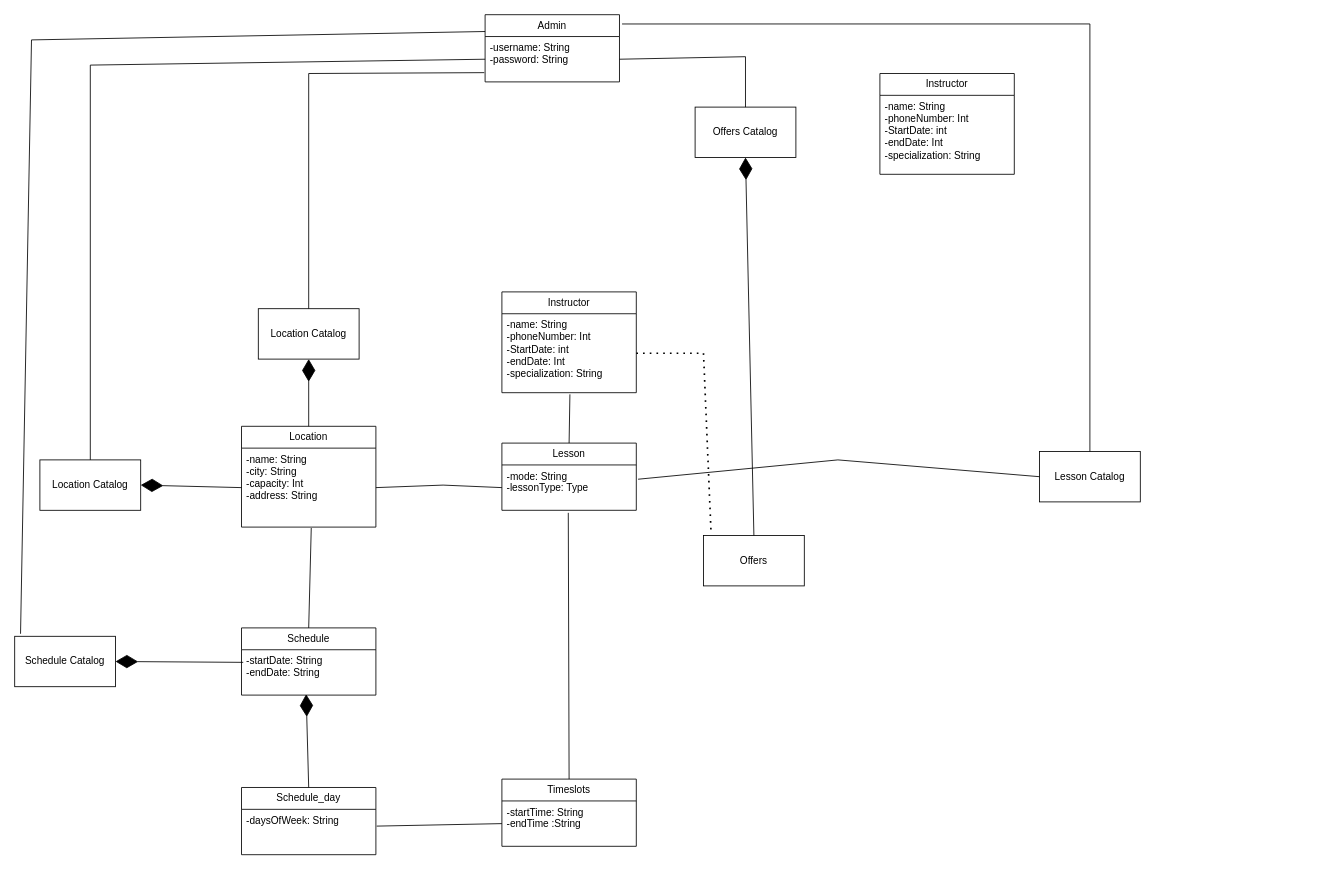
Earlier version of the draw.io diagram Diagrams/DomainModel.drawio (JeremyCrete/Soen342-JeremyCrete-DominicEmond). Source tidied: cells renumbered, new cells numbered last; positions are measured from the earlier drawing's top-left corner, leaving out a move shared by most shapes. Both pictures are drawn from the tidied source at 84%, with x=0, y=0 at pixel (14, 14).
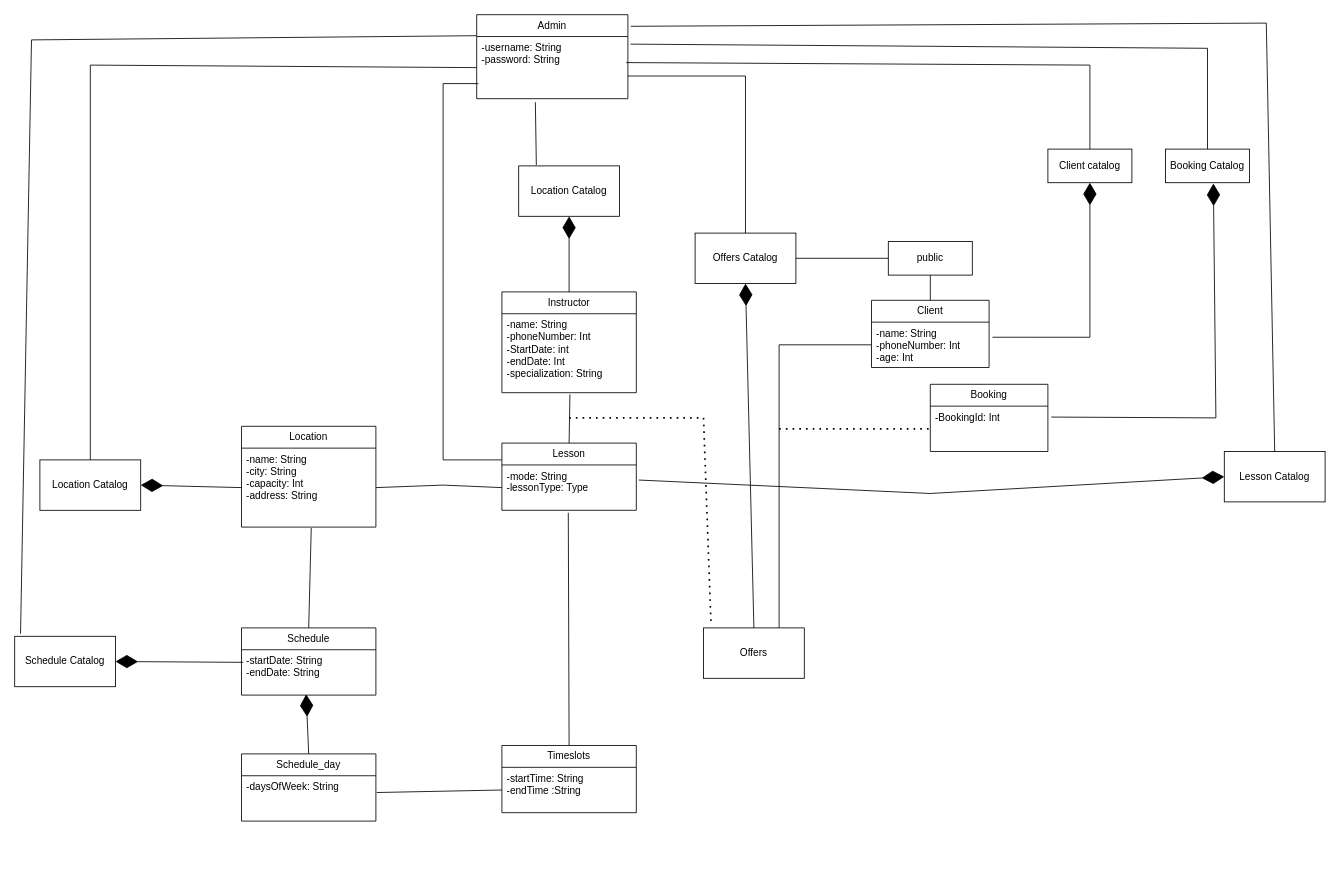
Above is the later version.

The change refers to these unchanged cells:
```xml
<mxCell id="4" value="Instructor" style="swimlane;fontStyle=0;horizontal=1;startSize=26;fillColor=none;whiteSpace=wrap;html=1;" parent="1" vertex="1">
  <mxGeometry x="580" y="330" width="160" height="120" as="geometry" />
</mxCell>
<mxCell id="5" value="-name: String&lt;div&gt;-phoneNumber: Int&lt;/div&gt;&lt;div&gt;-StartDate: int&lt;/div&gt;&lt;div&gt;-endDate: Int&lt;/div&gt;&lt;div&gt;-specialization: String&lt;/div&gt;" style="text;strokeColor=none;fillColor=none;align=left;verticalAlign=top;spacingLeft=4;spacingRight=4;overflow=hidden;points=[[0,0.5],[1,0.5]];portConstraint=eastwest;whiteSpace=wrap;html=1;" parent="4" vertex="1">
  <mxGeometry y="26" width="160" height="94" as="geometry" />
</mxCell>
<mxCell id="6" value="Lesson" style="swimlane;fontStyle=0;horizontal=1;startSize=26;fillColor=none;whiteSpace=wrap;html=1;" parent="1" vertex="1">
  <mxGeometry x="580" y="510" width="160" height="80" as="geometry" />
</mxCell>
<mxCell id="7" value="-mode: String&lt;div&gt;-lessonType: Type&lt;/div&gt;" style="text;strokeColor=none;fillColor=none;align=left;verticalAlign=top;spacingLeft=4;spacingRight=4;overflow=hidden;points=[[0,0.5],[1,0.5]];portConstraint=eastwest;whiteSpace=wrap;html=1;" parent="6" vertex="1">
  <mxGeometry y="26" width="160" height="54" as="geometry" />
</mxCell>
<mxCell id="8" value="Location" style="swimlane;fontStyle=0;horizontal=1;startSize=26;fillColor=none;whiteSpace=wrap;html=1;" parent="1" vertex="1">
  <mxGeometry x="270" y="490" width="160" height="120" as="geometry" />
</mxCell>
```

Change to the diagram source:
```diff
@@
     <mxCell id="2" value="Admin" style="swimlane;fontStyle=0;horizontal=1;startSize=26;fillColor=none;whiteSpace=wrap;html=1;" parent="1" vertex="1">
-      <mxGeometry x="560" width="160" height="80" as="geometry" />
+      <mxGeometry x="550" width="180" height="100" as="geometry" />
     </mxCell>
     <mxCell id="3" value="-username: String&lt;div&gt;-password: String&lt;/div&gt;" style="text;strokeColor=none;fillColor=none;align=left;verticalAlign=top;spacingLeft=4;spacingRight=4;overflow=hidden;points=[[0,0.5],[1,0.5]];portConstraint=eastwest;whiteSpace=wrap;html=1;" parent="2" vertex="1">
-      <mxGeometry y="26" width="160" height="54" as="geometry" />
+      <mxGeometry y="26" width="180" height="74" as="geometry" />
     </mxCell>
@@
     <mxCell id="13" value="Schedule_day" style="swimlane;fontStyle=0;horizontal=1;startSize=26;fillColor=none;whiteSpace=wrap;html=1;" parent="1" vertex="1">
-      <mxGeometry x="270" y="920" width="160" height="80" as="geometry" />
+      <mxGeometry x="270" y="880" width="160" height="80" as="geometry" />
     </mxCell>
@@
     <mxCell id="15" value="Timeslots" style="swimlane;fontStyle=0;horizontal=1;startSize=26;fillColor=none;whiteSpace=wrap;html=1;" parent="1" vertex="1">
-      <mxGeometry x="580" y="910" width="160" height="80" as="geometry" />
+      <mxGeometry x="580" y="870" width="160" height="80" as="geometry" />
     </mxCell>
@@
-    <mxCell id="23" value="Location Catalog" style="rounded=0;whiteSpace=wrap;html=1;" parent="1" vertex="1">
-      <mxGeometry x="290" y="350" width="120" height="60" as="geometry" />
-    </mxCell>
     <mxCell id="24" value="Lesson Catalog" style="rounded=0;whiteSpace=wrap;html=1;" parent="1" vertex="1">
-      <mxGeometry x="1220" y="520" width="120" height="60" as="geometry" />
+      <mxGeometry x="1440" y="520" width="120" height="60" as="geometry" />
     </mxCell>
@@
     <mxCell id="26" value="Offers" style="rounded=0;whiteSpace=wrap;html=1;" parent="1" vertex="1">
-      <mxGeometry x="820" y="620" width="120" height="60" as="geometry" />
+      <mxGeometry x="820" y="730" width="120" height="60" as="geometry" />
     </mxCell>
     <mxCell id="27" value="Offers Catalog" style="rounded=0;whiteSpace=wrap;html=1;" parent="1" vertex="1">
-      <mxGeometry x="810" y="110" width="120" height="60" as="geometry" />
+      <mxGeometry x="810" y="260" width="120" height="60" as="geometry" />
     </mxCell>
-    <mxCell id="28" style="endArrow=diamondThin;endFill=1;endSize=24;html=1;rounded=0;entryX=0.5;entryY=1;entryDx=0;entryDy=0;exitX=0.5;exitY=0;exitDx=0;exitDy=0;" parent="1" edge="1" source="8" target="23">
-      <mxGeometry relative="1" as="geometry" />
-    </mxCell>
-    <mxCell id="29" style="endArrow=none;html=1;rounded=0;exitX=0.5;exitY=0;exitDx=0;exitDy=0;entryX=-0.006;entryY=0.796;entryDx=0;entryDy=0;entryPerimeter=0;" parent="1" edge="1" source="23" target="3">
-      <mxGeometry relative="1" as="geometry">
-        <Array as="points">
-          <mxPoint x="350" y="70" />
-        </Array>
-      </mxGeometry>
-    </mxCell>
-    <mxCell id="30" style="endArrow=none;dashed=1;html=1;dashPattern=1 3;strokeWidth=2;rounded=0;entryX=0.075;entryY=-0.05;entryDx=0;entryDy=0;exitX=1;exitY=0.5;exitDx=0;exitDy=0;entryPerimeter=0;" parent="1" edge="1" source="5" target="26">
+    <mxCell id="30" style="endArrow=none;dashed=1;html=1;dashPattern=1 3;strokeWidth=2;rounded=0;entryX=0.075;entryY=-0.05;entryDx=0;entryDy=0;entryPerimeter=0;" parent="1" edge="1" target="26">
       <mxGeometry relative="1" as="geometry">
+        <mxPoint x="660" y="480" as="sourcePoint" />
         <Array as="points">
-          <mxPoint x="820" y="403" />
+          <mxPoint x="820" y="480" />
         </Array>
       </mxGeometry>
     </mxCell>
@@
-    <mxCell id="32" style="endArrow=none;html=1;rounded=0;exitX=0.5;exitY=0;exitDx=0;exitDy=0;entryX=1;entryY=0.5;entryDx=0;entryDy=0;" parent="1" edge="1" source="27" target="3">
+    <mxCell id="32" style="endArrow=none;html=1;rounded=0;" parent="1" edge="1">
       <mxGeometry relative="1" as="geometry">
+        <mxPoint x="870" y="260" as="sourcePoint" />
+        <mxPoint x="730" y="73" as="targetPoint" />
         <Array as="points">
-          <mxPoint x="870" y="50" />
+          <mxPoint x="870" y="73" />
         </Array>
       </mxGeometry>
     </mxCell>
-    <mxCell id="33" style="endArrow=none;html=1;rounded=0;exitX=1.013;exitY=0.315;exitDx=0;exitDy=0;exitPerimeter=0;entryX=0;entryY=0.5;entryDx=0;entryDy=0;" parent="1" edge="1" source="7" target="24">
-      <mxGeometry relative="1" as="geometry">
-        <Array as="points">
-          <mxPoint x="980" y="530" />
-        </Array>
-      </mxGeometry>
-    </mxCell>
     <mxCell id="34" style="endArrow=none;html=1;rounded=0;exitX=0.5;exitY=0;exitDx=0;exitDy=0;entryX=1.019;entryY=0.138;entryDx=0;entryDy=0;entryPerimeter=0;" parent="1" edge="1" source="24" target="2">
       <mxGeometry relative="1" as="geometry">
         <Array as="points">
-          <mxPoint x="1280" y="11" />
+          <mxPoint x="1490" y="10" />
         </Array>
       </mxGeometry>
     </mxCell>
@@
-    <mxCell id="36" value="Instructor" style="swimlane;fontStyle=0;horizontal=1;startSize=26;fillColor=none;whiteSpace=wrap;html=1;" parent="1" vertex="1">
-      <mxGeometry x="1030" y="70" width="160" height="120" as="geometry" />
+    <mxCell id="36" value="Client" style="swimlane;fontStyle=0;horizontal=1;startSize=26;fillColor=none;whiteSpace=wrap;html=1;" parent="1" vertex="1">
+      <mxGeometry x="1020" y="340" width="140" height="80" as="geometry" />
     </mxCell>
-    <mxCell id="37" value="-name: String&lt;div&gt;-phoneNumber: Int&lt;/div&gt;&lt;div&gt;-StartDate: int&lt;/div&gt;&lt;div&gt;-endDate: Int&lt;/div&gt;&lt;div&gt;-specialization: String&lt;/div&gt;" style="text;strokeColor=none;fillColor=none;align=left;verticalAlign=top;spacingLeft=4;spacingRight=4;overflow=hidden;points=[[0,0.5],[1,0.5]];portConstraint=eastwest;whiteSpace=wrap;html=1;" parent="36" vertex="1">
-      <mxGeometry y="26" width="160" height="94" as="geometry" />
+    <mxCell id="37" value="-name: String&lt;div&gt;-phoneNumber: Int&lt;/div&gt;&lt;div&gt;-age: Int&lt;/div&gt;" style="text;strokeColor=none;fillColor=none;align=left;verticalAlign=top;spacingLeft=4;spacingRight=4;overflow=hidden;points=[[0,0.5],[1,0.5]];portConstraint=eastwest;whiteSpace=wrap;html=1;" parent="36" vertex="1">
+      <mxGeometry y="26" width="140" height="54" as="geometry" />
     </mxCell>
@@
+    <mxCell id="23" value="Location Catalog" style="rounded=0;whiteSpace=wrap;html=1;" parent="1" vertex="1">
+      <mxGeometry x="600" y="180" width="120" height="60" as="geometry" />
+    </mxCell>
+    <mxCell id="41" style="endArrow=diamondThin;endFill=1;endSize=24;html=1;rounded=0;entryX=0.5;entryY=1;entryDx=0;entryDy=0;exitX=0.5;exitY=0;exitDx=0;exitDy=0;" parent="1" edge="1" source="4" target="23">
+      <mxGeometry relative="1" as="geometry" />
+    </mxCell>
+    <mxCell id="29" style="endArrow=none;html=1;rounded=0;entryX=0.388;entryY=1.056;entryDx=0;entryDy=0;entryPerimeter=0;exitX=0.175;exitY=-0.017;exitDx=0;exitDy=0;exitPerimeter=0;" parent="1" edge="1" source="23" target="3">
+      <mxGeometry relative="1" as="geometry" />
+    </mxCell>
+    <mxCell id="42" style="endArrow=none;html=1;rounded=0;entryX=0;entryY=0.25;entryDx=0;entryDy=0;exitX=0.011;exitY=0.757;exitDx=0;exitDy=0;exitPerimeter=0;" parent="1" edge="1" source="3" target="6">
+      <mxGeometry relative="1" as="geometry">
+        <Array as="points">
+          <mxPoint x="510" y="82" />
+          <mxPoint x="510" y="210" />
+          <mxPoint x="510" y="310" />
+          <mxPoint x="510" y="530" />
+        </Array>
+      </mxGeometry>
+    </mxCell>
+    <mxCell id="43" value="Client catalog" style="rounded=0;whiteSpace=wrap;html=1;" parent="1" vertex="1">
+      <mxGeometry x="1230" y="160" width="100" height="40" as="geometry" />
+    </mxCell>
+    <mxCell id="44" value="public" style="rounded=0;whiteSpace=wrap;html=1;" parent="1" vertex="1">
+      <mxGeometry x="1040" y="270" width="100" height="40" as="geometry" />
+    </mxCell>
+    <mxCell id="45" style="endArrow=none;html=1;rounded=0;exitX=0.75;exitY=0;exitDx=0;exitDy=0;entryX=0;entryY=0.5;entryDx=0;entryDy=0;" parent="1" edge="1" source="26" target="37">
+      <mxGeometry relative="1" as="geometry">
+        <Array as="points">
+          <mxPoint x="910" y="393" />
+        </Array>
+      </mxGeometry>
+    </mxCell>
+    <mxCell id="46" value="Booking Catalog" style="rounded=0;whiteSpace=wrap;html=1;" parent="1" vertex="1">
+      <mxGeometry x="1370" y="160" width="100" height="40" as="geometry" />
+    </mxCell>
+    <mxCell id="47" value="Booking" style="swimlane;fontStyle=0;horizontal=1;startSize=26;fillColor=none;whiteSpace=wrap;html=1;" parent="1" vertex="1">
+      <mxGeometry x="1090" y="440" width="140" height="80" as="geometry" />
+    </mxCell>
+    <mxCell id="48" value="-BookingId: Int" style="text;strokeColor=none;fillColor=none;align=left;verticalAlign=top;spacingLeft=4;spacingRight=4;overflow=hidden;points=[[0,0.5],[1,0.5]];portConstraint=eastwest;whiteSpace=wrap;html=1;" parent="47" vertex="1">
+      <mxGeometry y="26" width="140" height="54" as="geometry" />
+    </mxCell>
+    <mxCell id="49" style="endArrow=none;html=1;rounded=0;entryX=0;entryY=0.5;entryDx=0;entryDy=0;exitX=1;exitY=0.5;exitDx=0;exitDy=0;" parent="1" edge="1" source="27" target="44">
+      <mxGeometry relative="1" as="geometry" />
+    </mxCell>
+    <mxCell id="50" style="endArrow=none;html=1;rounded=0;entryX=0.5;entryY=0;entryDx=0;entryDy=0;exitX=0.5;exitY=1;exitDx=0;exitDy=0;" parent="1" edge="1" source="44" target="36">
+      <mxGeometry relative="1" as="geometry" />
+    </mxCell>
+    <mxCell id="51" style="endArrow=diamondThin;endFill=1;endSize=24;html=1;rounded=0;entryX=0.5;entryY=1;entryDx=0;entryDy=0;exitX=1.029;exitY=0.333;exitDx=0;exitDy=0;exitPerimeter=0;" parent="1" edge="1" source="37" target="43">
+      <mxGeometry relative="1" as="geometry">
+        <Array as="points">
+          <mxPoint x="1280" y="384" />
+        </Array>
+      </mxGeometry>
+    </mxCell>
+    <mxCell id="52" style="endArrow=none;html=1;rounded=0;exitX=0.989;exitY=0.419;exitDx=0;exitDy=0;exitPerimeter=0;entryX=0.5;entryY=0;entryDx=0;entryDy=0;" parent="1" edge="1" source="3" target="43">
+      <mxGeometry relative="1" as="geometry">
+        <Array as="points">
+          <mxPoint x="1280" y="60" />
+        </Array>
+      </mxGeometry>
+    </mxCell>
+    <mxCell id="53" style="endArrow=none;dashed=1;html=1;dashPattern=1 3;strokeWidth=2;rounded=0;entryX=0;entryY=0.5;entryDx=0;entryDy=0;" parent="1" edge="1" target="48">
+      <mxGeometry relative="1" as="geometry">
+        <mxPoint x="910" y="493" as="sourcePoint" />
+      </mxGeometry>
+    </mxCell>
+    <mxCell id="54" style="endArrow=none;html=1;rounded=0;exitX=1.017;exitY=0.122;exitDx=0;exitDy=0;exitPerimeter=0;entryX=0.5;entryY=0;entryDx=0;entryDy=0;" parent="1" edge="1" source="3" target="46">
+      <mxGeometry relative="1" as="geometry">
+        <Array as="points">
+          <mxPoint x="1420" y="40" />
+        </Array>
+      </mxGeometry>
+    </mxCell>
+    <mxCell id="55" style="endArrow=diamondThin;endFill=1;endSize=24;html=1;rounded=0;exitX=1.029;exitY=0.241;exitDx=0;exitDy=0;exitPerimeter=0;entryX=0.57;entryY=1.025;entryDx=0;entryDy=0;entryPerimeter=0;" parent="1" edge="1" source="48" target="46">
+      <mxGeometry relative="1" as="geometry">
+        <Array as="points">
+          <mxPoint x="1430" y="480" />
+        </Array>
+      </mxGeometry>
+    </mxCell>
+    <mxCell id="33" style="endArrow=diamondThin;endFill=1;endSize=24;html=1;rounded=0;exitX=1.019;exitY=0.333;exitDx=0;exitDy=0;exitPerimeter=0;entryX=0;entryY=0.5;entryDx=0;entryDy=0;" parent="1" edge="1" source="7" target="24">
+      <mxGeometry relative="1" as="geometry">
+        <Array as="points">
+          <mxPoint x="1090" y="570" />
+        </Array>
+      </mxGeometry>
+    </mxCell>
```
